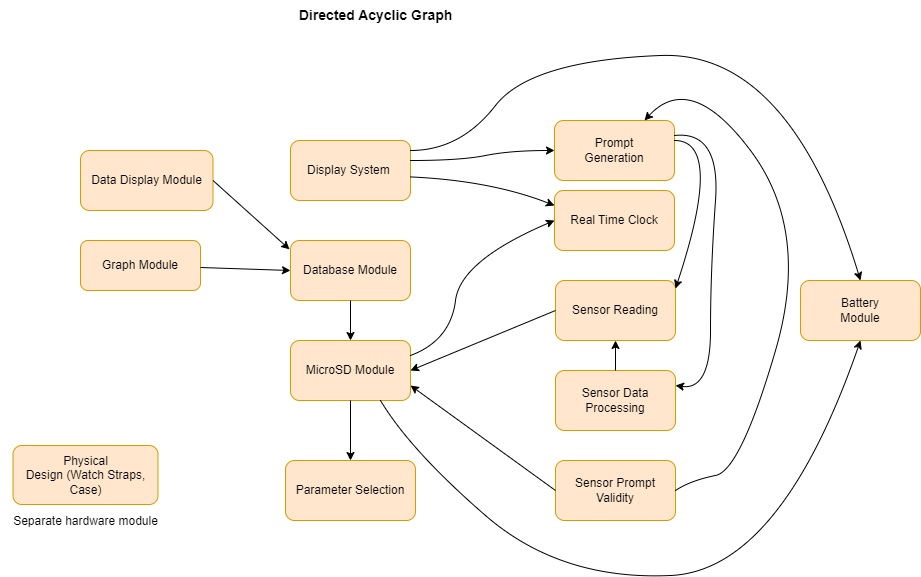
zakerl/Capstone_Project keeps this draw.io diagram as docs/Design/SoftArchitecture/DAG.png. Above is the earlier version. Source tidied: cells renumbered, new cells last; positions are measured from the earlier drawing's top-left corner, leaving out a move shared by most shapes.
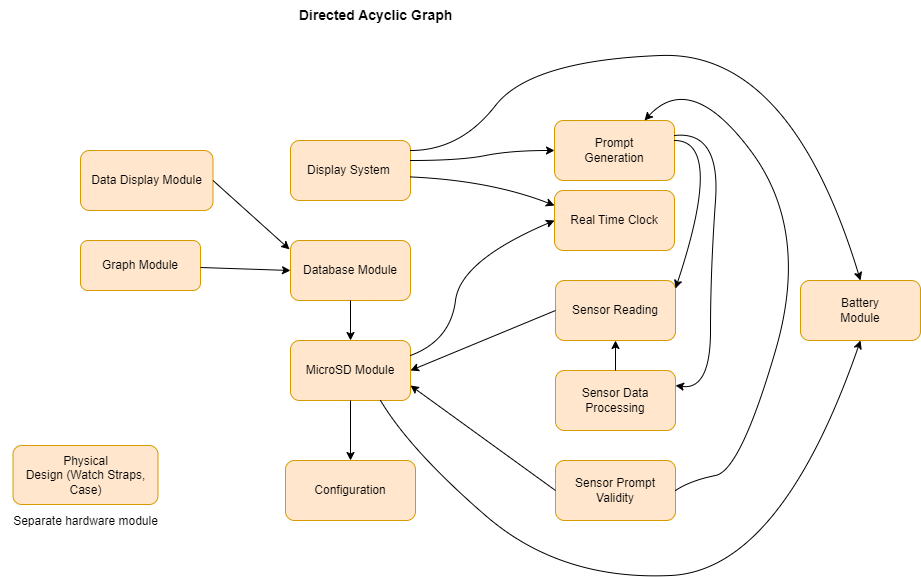
The same diagram one commit later.

Change to the diagram source:
```diff
@@ -23,7 +23,7 @@
     <mxCell id="8" value="Graph Module" style="rounded=1;whiteSpace=wrap;html=1;fillColor=#ffe6cc;strokeColor=#d79b00;" parent="1" vertex="1">
       <mxGeometry x="80" y="240" width="120" height="50" as="geometry" />
     </mxCell>
-    <mxCell id="9" value="Parameter Selection" style="rounded=1;whiteSpace=wrap;html=1;fillColor=#ffe6cc;strokeColor=#d79b00;" parent="1" vertex="1">
+    <mxCell id="9" value="Configuration" style="rounded=1;whiteSpace=wrap;html=1;fillColor=#ffe6cc;strokeColor=#d79b00;" parent="1" vertex="1">
       <mxGeometry x="285" y="460" width="130" height="60" as="geometry" />
     </mxCell>
     <mxCell id="10" value="Physical &lt;br&gt;Design (Watch Straps, Case)" style="rounded=1;whiteSpace=wrap;html=1;fillColor=#ffe6cc;strokeColor=#d79b00;" parent="1" vertex="1">
```
